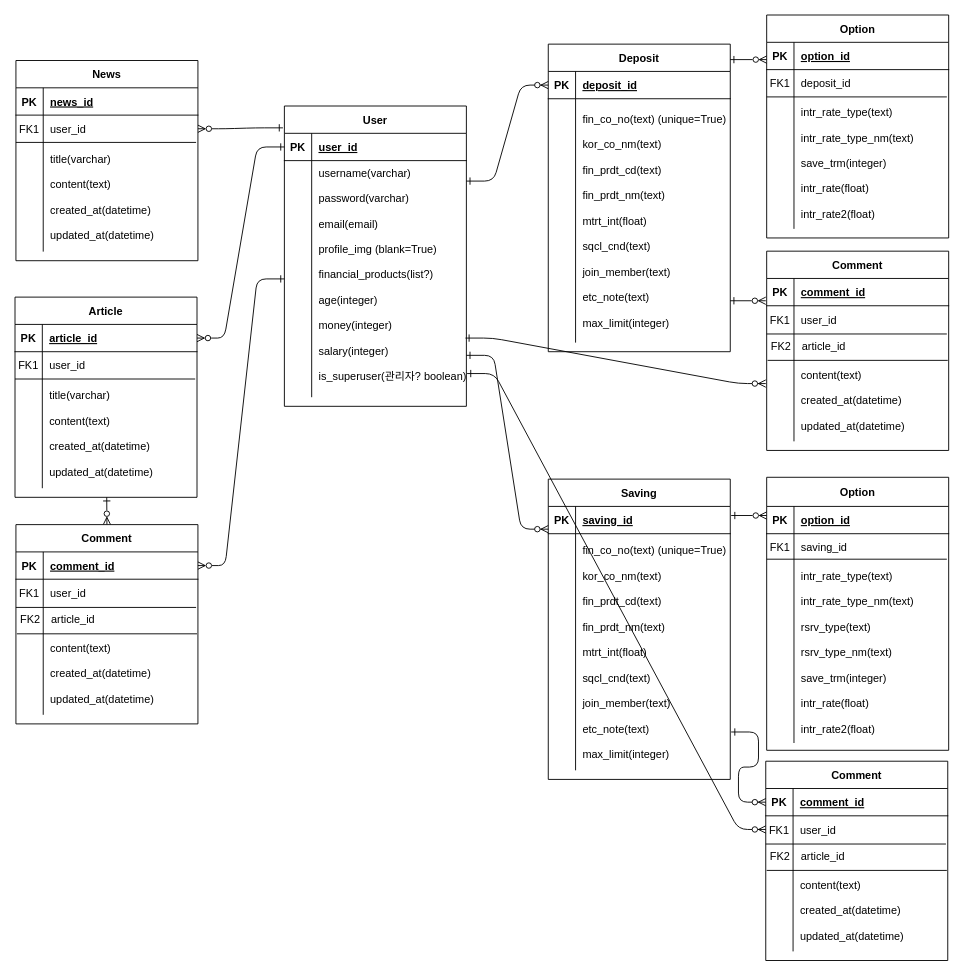
This is 제목 없는 다이어그램.drawio from gawona/git_collaboration, a draw.io file, before an edit. Source tidied: cells renumbered, new cells numbered last; positions are measured from the earlier drawing's top-left corner, leaving out a move shared by most shapes. Both pictures are drawn from the tidied source at 91%, with x=0, y=0 at pixel (15, 15).
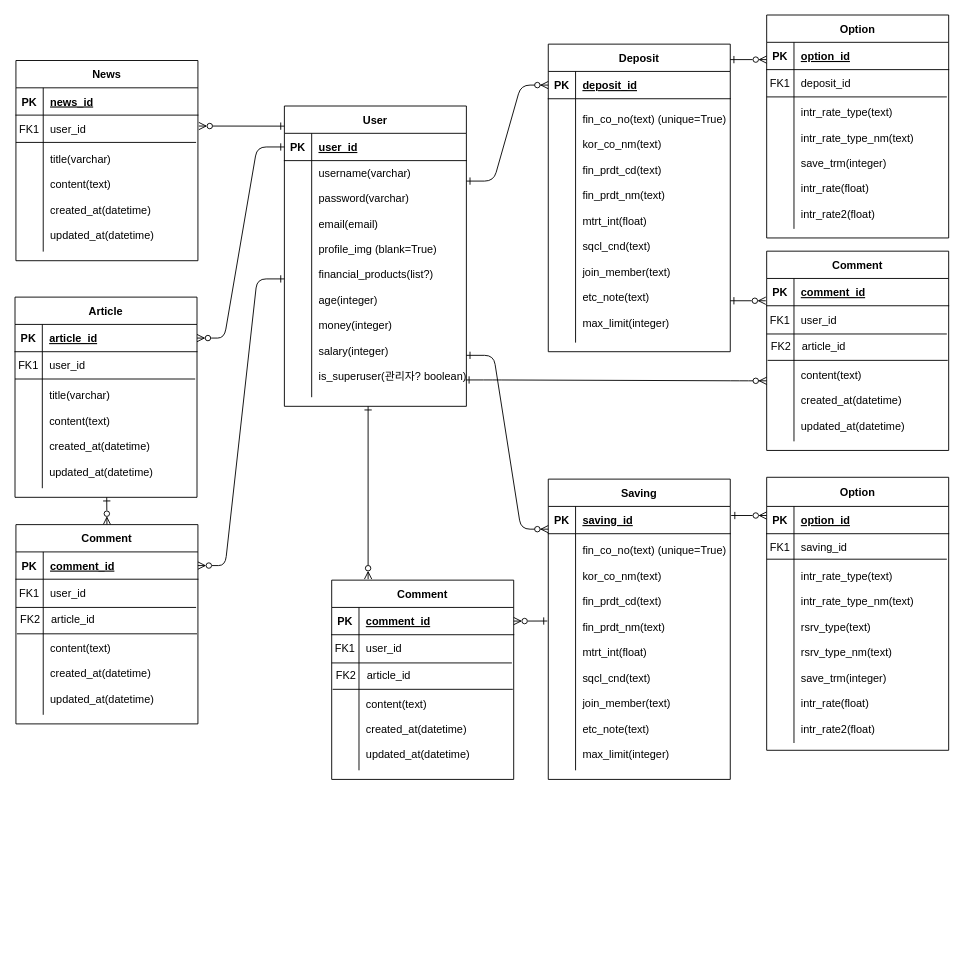
Above is the later version.

Commit message (it also covers changes not shown here):
제목 없는 다이어그램.drawio 업데이트

The change refers to these unchanged cells:
```xml
<mxCell id="15" style="shape=partialRectangle;fillColor=none;points=[[0,0.5],[1,0.5]];portConstraint=eastwest;top=0;left=0;right=0;bottom=0;" parent="11" vertex="1">
  <mxGeometry y="60" width="200" height="260" as="geometry" />
</mxCell>
<mxCell id="19" value="User" style="shape=table;startSize=30;childLayout=tableLayout;rowLines=0;fontStyle=1;align=center;" parent="1" vertex="1">
  <mxGeometry x="296" y="100" width="200" height="330" as="geometry" />
</mxCell>
<mxCell id="20" style="shape=partialRectangle;fillColor=none;points=[[0,0.5],[1,0.5]];portConstraint=eastwest;top=0;left=0;right=0;bottom=1;" parent="19" vertex="1">
  <mxGeometry y="30" width="200" height="30" as="geometry" />
</mxCell>
<mxCell id="23" style="shape=partialRectangle;fillColor=none;points=[[0,0.5],[1,0.5]];portConstraint=eastwest;top=0;left=0;right=0;bottom=0;" parent="19" vertex="1">
  <mxGeometry y="60" width="200" height="260" as="geometry" />
</mxCell>
<mxCell id="61" style="shape=partialRectangle;fillColor=none;points=[[0,0.5],[1,0.5]];portConstraint=eastwest;top=0;left=0;right=0;bottom=0;" parent="57" vertex="1">
  <mxGeometry y="60" width="200" height="30" as="geometry" />
</mxCell>
<mxCell id="88" style="shape=partialRectangle;fillColor=none;points=[[0,0.5],[1,0.5]];portConstraint=eastwest;top=0;left=0;right=0;bottom=0;" parent="81" vertex="1">
  <mxGeometry y="90" width="200" height="119" as="geometry" />
</mxCell>
<mxCell id="109" style="shape=partialRectangle;fillColor=none;points=[[0,0.5],[1,0.5]];portConstraint=eastwest;top=0;left=0;right=0;bottom=1;" parent="108" vertex="1">
  <mxGeometry y="30" width="200" height="30" as="geometry" />
</mxCell>
<mxCell id="112" style="shape=partialRectangle;fillColor=none;points=[[0,0.5],[1,0.5]];portConstraint=eastwest;top=0;left=0;right=0;bottom=0;" parent="108" vertex="1">
  <mxGeometry y="60" width="200" height="30" as="geometry" />
</mxCell>
```

What changed in the source:
```diff
@@
-    <mxCell id="67" style="edgeStyle=entityRelationEdgeStyle;endArrow=ERzeroToMany;startArrow=ERone;endFill=1;startFill=0;entryX=0;entryY=0.5;entryDx=0;entryDy=0;exitX=0.995;exitY=0.75;exitDx=0;exitDy=0;exitPerimeter=0;" parent="1" edge="1" source="23">
+    <mxCell id="67" style="edgeStyle=entityRelationEdgeStyle;endArrow=ERzeroToMany;startArrow=ERone;endFill=1;startFill=0;entryX=0;entryY=0.441;entryDx=0;entryDy=0;exitX=0.995;exitY=0.927;exitDx=0;exitDy=0;exitPerimeter=0;entryPerimeter=0;" parent="1" edge="1" source="23" target="88">
       <mxGeometry relative="1" as="geometry">
-        <mxPoint x="825" y="405" as="targetPoint" />
         <Array as="points">
           <mxPoint x="514" y="459" />
         </Array>
       </mxGeometry>
     </mxCell>
-    <mxCell id="68" style="edgeStyle=entityRelationEdgeStyle;rounded=1;jettySize=auto;html=1;elbow=vertical;endArrow=ERzeroToMany;endFill=0;startArrow=ERone;startFill=0;exitX=-0.008;exitY=-0.2;exitDx=0;exitDy=0;exitPerimeter=0;" parent="1" edge="1" source="20" target="61">
-      <mxGeometry relative="1" as="geometry" />
-    </mxCell>
@@
-    <mxCell id="70" style="edgeStyle=entityRelationEdgeStyle;endArrow=ERzeroToMany;startArrow=ERone;endFill=1;startFill=0;exitX=1.004;exitY=0.9;exitDx=0;exitDy=0;exitPerimeter=0;entryX=0;entryY=0.5;entryDx=0;entryDy=0;" parent="1" edge="1" source="23" target="112">
-      <mxGeometry relative="1" as="geometry">
-        <Array as="points">
-          <mxPoint x="486" y="370" />
-          <mxPoint x="506" y="395" />
-        </Array>
-      </mxGeometry>
-    </mxCell>
@@
     <mxCell id="108" value="Comment" style="shape=table;startSize=30;childLayout=tableLayout;rowLines=0;fontStyle=1;align=center;" parent="1" vertex="1">
-      <mxGeometry x="825" y="820" width="200" height="219" as="geometry" />
+      <mxGeometry x="348" y="621" width="200" height="219" as="geometry" />
     </mxCell>
@@
     <mxCell id="118" style="line;strokeWidth=1;dashed=0;labelPosition=right;align=left;verticalAlign=middle;spacingTop=0;spacingLeft=6;strokeColor=default;fontFamily=Helvetica;fontSize=12;fontColor=default;fillColor=none;" parent="1" vertex="1">
-      <mxGeometry x="825" y="906" width="198" height="10" as="geometry" />
+      <mxGeometry x="348" y="707" width="198" height="10" as="geometry" />
     </mxCell>
     <mxCell id="119" style="shape=partialRectangle;fillColor=none;top=0;left=0;right=0;bottom=0;" parent="1" vertex="1">
-      <mxGeometry x="826" y="909" width="200" height="30" as="geometry" />
+      <mxGeometry x="349" y="710" width="200" height="30" as="geometry" />
     </mxCell>
@@
     <mxCell id="122" style="line;strokeWidth=1;dashed=0;labelPosition=right;align=left;verticalAlign=middle;spacingTop=0;spacingLeft=6;strokeColor=default;fontFamily=Helvetica;fontSize=12;fontColor=default;fillColor=none;" parent="1" vertex="1">
-      <mxGeometry x="826" y="935" width="198" height="10" as="geometry" />
+      <mxGeometry x="349" y="736" width="198" height="10" as="geometry" />
     </mxCell>
-    <mxCell id="123" style="edgeStyle=entityRelationEdgeStyle;endArrow=ERzeroToMany;startArrow=ERone;endFill=1;startFill=0;exitX=1.005;exitY=0.838;exitDx=0;exitDy=0;exitPerimeter=0;entryX=0;entryY=0.5;entryDx=0;entryDy=0;" parent="1" edge="1" source="15" target="109">
-      <mxGeometry relative="1" as="geometry">
-        <Array as="points">
-          <mxPoint x="806" y="811.5" />
-          <mxPoint x="816" y="831.5" />
-        </Array>
-      </mxGeometry>
+    <mxCell id="123" style="edgeStyle=none;rounded=0;jettySize=auto;html=1;fontFamily=Helvetica;fontSize=12;fontColor=default;elbow=vertical;entryX=1;entryY=0.5;entryDx=0;entryDy=0;endArrow=ERzeroToMany;endFill=0;startArrow=ERone;startFill=0;exitX=-0.005;exitY=0.369;exitDx=0;exitDy=0;exitPerimeter=0;" parent="1" edge="1" source="15" target="109">
+      <mxGeometry relative="1" as="geometry" />
     </mxCell>
+    <mxCell id="124" style="edgeStyle=none;rounded=0;jettySize=auto;html=1;fontFamily=Helvetica;fontSize=12;fontColor=default;elbow=vertical;entryX=1;entryY=0.5;entryDx=0;entryDy=0;endArrow=ERzeroToMany;endFill=0;startArrow=ERone;startFill=0;exitX=0;exitY=0.067;exitDx=0;exitDy=0;exitPerimeter=0;" parent="1" edge="1" source="19">
+      <mxGeometry relative="1" as="geometry">
+        <mxPoint x="202" y="122" as="targetPoint" />
+      </mxGeometry>
+    </mxCell>
+    <mxCell id="125" style="edgeStyle=none;rounded=0;jettySize=auto;html=1;fontFamily=Helvetica;fontSize=12;fontColor=default;elbow=vertical;entryX=0.2;entryY=-0.005;entryDx=0;entryDy=0;endArrow=ERzeroToMany;endFill=0;startArrow=ERone;startFill=0;exitX=0.5;exitY=1;exitDx=0;exitDy=0;entryPerimeter=0;" parent="1" edge="1" target="108">
+      <mxGeometry relative="1" as="geometry">
+        <mxPoint x="388" y="430" as="sourcePoint" />
+      </mxGeometry>
+    </mxCell>
```
